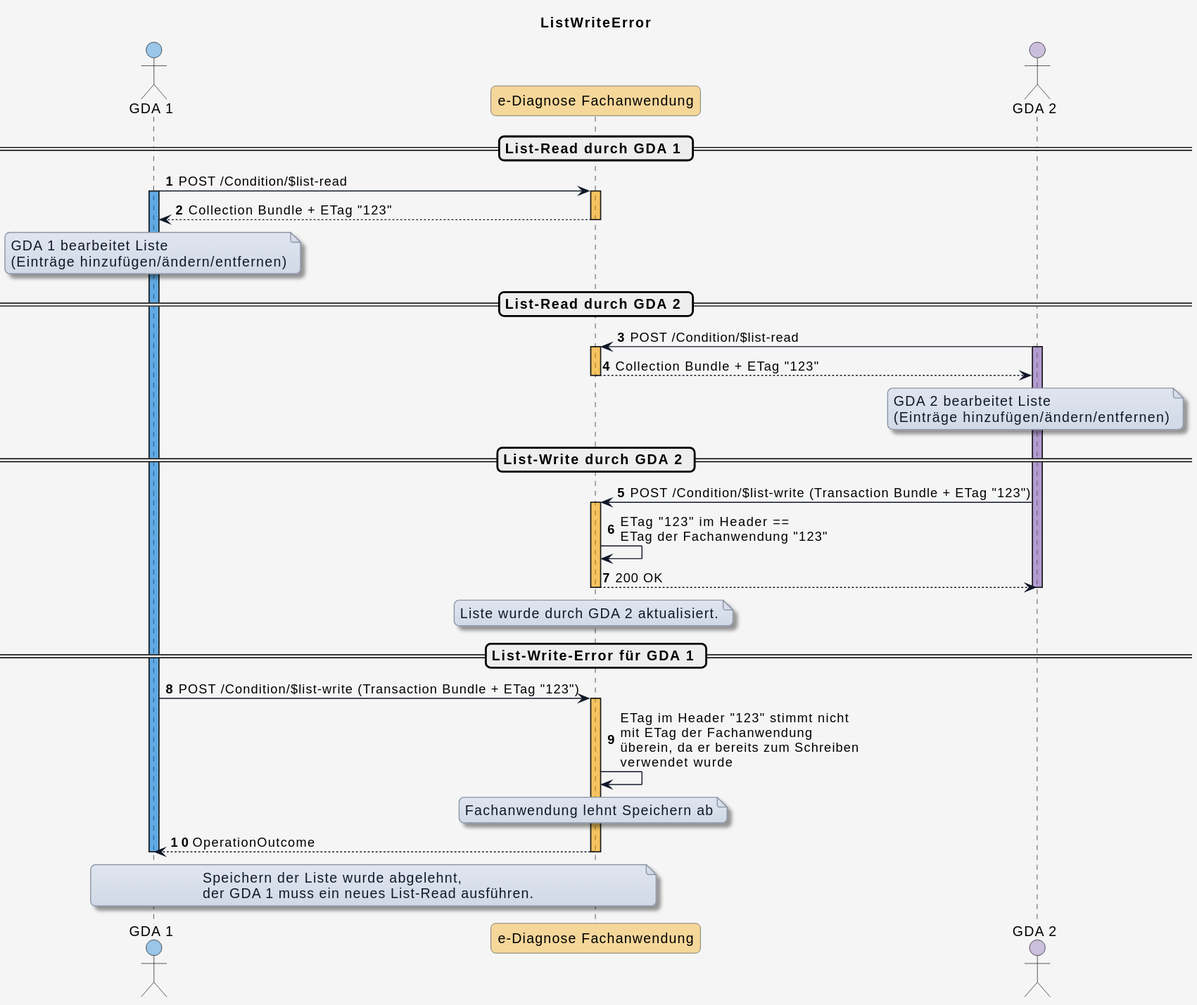
Earlier version of the PlantUML export input/images/plantuml/diagram_write_error.svg (HL7Austria/ELGA-e-Diagnose-R4). Source of this version:
```plantuml
@startuml
title ListWriteError

skinparam borderColor #000000
skinparam backgroundColor #f5f5f5
skinparam shadowing false
skinparam roundCorner 10
skinparam defaultFontName "Arial"
skinparam defaultFontSize 14
skinparam defaultFontColor #000000

skinparam note {
  BackgroundColor #e0e5f0-#d1d9e6
  BorderColor #8b95a5
  BorderThickness 1
  RoundCorner 8
  Padding 6
  FontColor #111827
  Shadowing true
}

skinparam HyperlinkColor #0000EE
skinparam HyperlinkUnderline false

skinparam sequence {
  ParticipantBorderColor #555555
  ParticipantBackgroundColor #ffffff
  ParticipantFontColor #000000
  ParticipantFontSize 14
  ParticipantPadding 20
  ArrowColor #111827
  ArrowThickness 1
  ArrowFontColor #000000
  ArrowFontSize 13
  GroupBorderColor #111827
  GroupBackgroundColor #eef2ff
  GroupBorderThickness 2
}

!define COLOR_GDA_1    #0078D460
!define COLOR_GDA_2    #8764B860
!define COLOR_PATIENT  #00950560
!define COLOR_APO      #00B7C360
!define COLOR_DIAG_FA  #f5a40360
!define COLOR_E_REZEPT #E7485660

!define COLOR_OK       #50E6FF25
!define COLOR_ERROR    #FF8C0035

actor GDA_1 as "GDA 1" COLOR_GDA_1
participant eDiag_FA as "e-Diagnose Fachanwendung" COLOR_DIAG_FA
actor GDA_2 as "GDA 2" COLOR_GDA_2


autonumber

 == List-Read durch GDA 1 ==

GDA_1 -> eDiag_FA: POST /Condition/$list-read
activate GDA_1 COLOR_GDA_1

activate eDiag_FA COLOR_DIAG_FA
eDiag_FA --> GDA_1: Collection Bundle + ETag "123"
deactivate eDiag_FA

note over GDA_1
GDA 1 bearbeitet Liste
(Einträge hinzufügen/ändern/entfernen)
end note

== List-Read durch GDA 2 ==

GDA_2 -> eDiag_FA: POST /Condition/$list-read
activate GDA_2 COLOR_GDA_2

activate eDiag_FA COLOR_DIAG_FA

eDiag_FA --> GDA_2: Collection Bundle + ETag "123"
deactivate eDiag_FA

note over GDA_2
GDA 2 bearbeitet Liste
(Einträge hinzufügen/ändern/entfernen)
end note

== List-Write durch GDA 2 ==

GDA_2 -> eDiag_FA: POST /Condition/$list-write (Transaction Bundle + ETag "123")

activate eDiag_FA COLOR_DIAG_FA
eDiag_FA -> eDiag_FA: ETag "123" im Header ==\nETag der Fachanwendung "123"
eDiag_FA --> GDA_2: 200 OK
deactivate GDA_2

note over eDiag_FA
Liste wurde durch GDA 2 aktualisiert.
end note

deactivate eDiag_FA

== List-Write-Error für GDA 1 ==

GDA_1 -> eDiag_FA: POST /Condition/$list-write (Transaction Bundle + ETag "123")

activate eDiag_FA COLOR_DIAG_FA
eDiag_FA -> eDiag_FA: ETag im Header "123" stimmt nicht\nmit ETag der Fachanwendung\nüberein, da er bereits zum Schreiben\nverwendet wurde
note over eDiag_FA
Fachanwendung lehnt Speichern ab
end note
eDiag_FA --> GDA_1: OperationOutcome
deactivate GDA_1
note over eDiag_FA, GDA_1
Speichern der Liste wurde abgelehnt,
der GDA 1 muss ein neues List-Read ausführen.
end note

deactivate eDiag_FA
@enduml
```
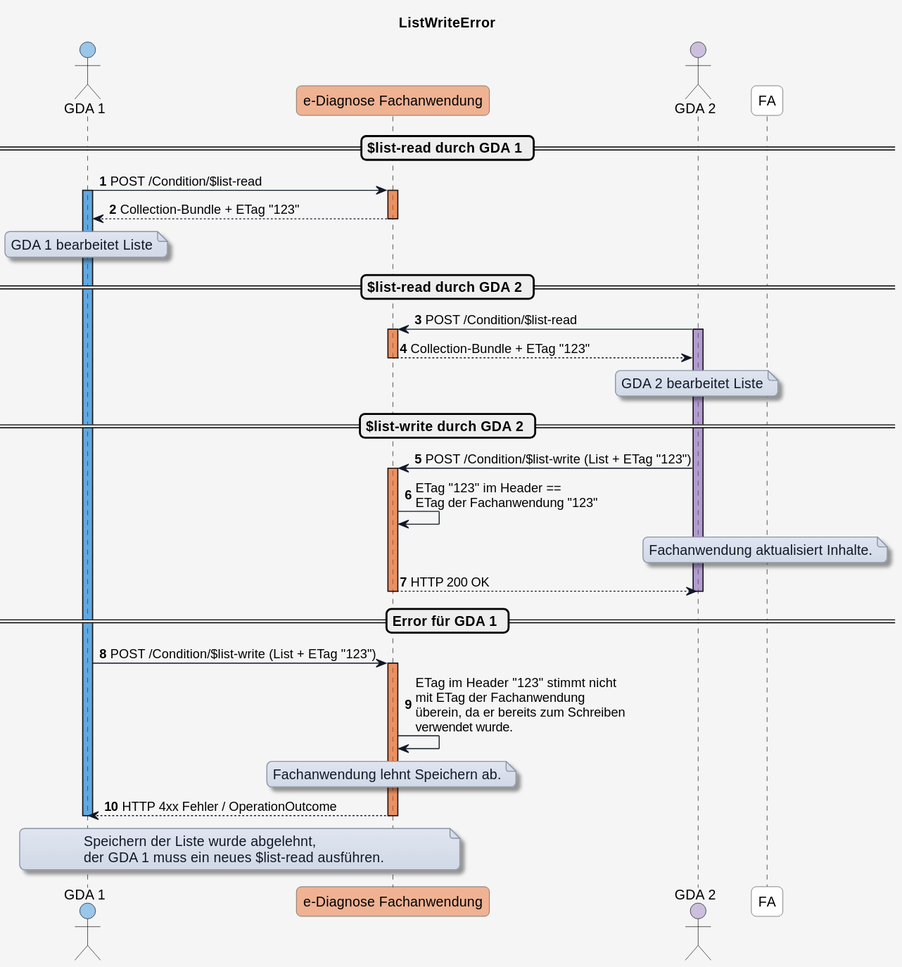
After the change.

Commit message:
Update basic list interaction diagrams

The edit, as a diff of the source:
```diff
@@ -41,7 +41,7 @@
 !define COLOR_GDA_2    #8764B860
 !define COLOR_PATIENT  #00950560
 !define COLOR_APO      #00B7C360
-!define COLOR_DIAG_FA  #f5a40360
+!define COLOR_DIAG_FA  #E9713280
 !define COLOR_E_REZEPT #E7485660
 
 !define COLOR_OK       #50E6FF25
@@ -54,64 +54,66 @@
 
 autonumber
 
- == List-Read durch GDA 1 ==
+== $list-read durch GDA 1 ==
 
 GDA_1 -> eDiag_FA: POST /Condition/$list-read
 activate GDA_1 COLOR_GDA_1
 
 activate eDiag_FA COLOR_DIAG_FA
-eDiag_FA --> GDA_1: Collection Bundle + ETag "123"
+eDiag_FA --> GDA_1: Collection-Bundle + ETag "123"
 deactivate eDiag_FA
 
 note over GDA_1
-GDA 1 bearbeitet Liste
-(Einträge hinzufügen/ändern/entfernen)
+  GDA 1 bearbeitet Liste
 end note
 
-== List-Read durch GDA 2 ==
+== $list-read durch GDA 2 ==
 
 GDA_2 -> eDiag_FA: POST /Condition/$list-read
 activate GDA_2 COLOR_GDA_2
 
 activate eDiag_FA COLOR_DIAG_FA
 
-eDiag_FA --> GDA_2: Collection Bundle + ETag "123"
+eDiag_FA --> GDA_2: Collection-Bundle + ETag "123"
 deactivate eDiag_FA
 
 note over GDA_2
-GDA 2 bearbeitet Liste
-(Einträge hinzufügen/ändern/entfernen)
+  GDA 2 bearbeitet Liste
 end note
 
-== List-Write durch GDA 2 ==
+== $list-write durch GDA 2 ==
 
-GDA_2 -> eDiag_FA: POST /Condition/$list-write (Transaction Bundle + ETag "123")
+GDA_2 -> eDiag_FA: POST /Condition/$list-write (List + ETag "123")
 
 activate eDiag_FA COLOR_DIAG_FA
 eDiag_FA -> eDiag_FA: ETag "123" im Header ==\nETag der Fachanwendung "123"
-eDiag_FA --> GDA_2: 200 OK
+
+note over FA
+  Fachanwendung aktualisiert Inhalte.
+end note
+
+eDiag_FA --> GDA_2: HTTP 200 OK
 deactivate GDA_2
-
-note over eDiag_FA
-Liste wurde durch GDA 2 aktualisiert.
-end note
 
 deactivate eDiag_FA
 
-== List-Write-Error für GDA 1 ==
+== Error für GDA 1 ==
 
-GDA_1 -> eDiag_FA: POST /Condition/$list-write (Transaction Bundle + ETag "123")
+GDA_1 -> eDiag_FA: POST /Condition/$list-write (List + ETag "123")
 
 activate eDiag_FA COLOR_DIAG_FA
-eDiag_FA -> eDiag_FA: ETag im Header "123" stimmt nicht\nmit ETag der Fachanwendung\nüberein, da er bereits zum Schreiben\nverwendet wurde
+eDiag_FA -> eDiag_FA: ETag im Header "123" stimmt nicht\nmit ETag der Fachanwendung\nüberein, da er bereits zum Schreiben\nverwendet wurde.
+
 note over eDiag_FA
-Fachanwendung lehnt Speichern ab
+  Fachanwendung lehnt Speichern ab.
 end note
-eDiag_FA --> GDA_1: OperationOutcome
+
+eDiag_FA --> GDA_1: HTTP 4xx Fehler / OperationOutcome
 deactivate GDA_1
+
 note over eDiag_FA, GDA_1
-Speichern der Liste wurde abgelehnt,
-der GDA 1 muss ein neues List-Read ausführen.
+  Speichern der Liste wurde abgelehnt,
+  der GDA 1 muss ein neues $list-read ausführen.
 end note
 
 deactivate eDiag_FA
```
